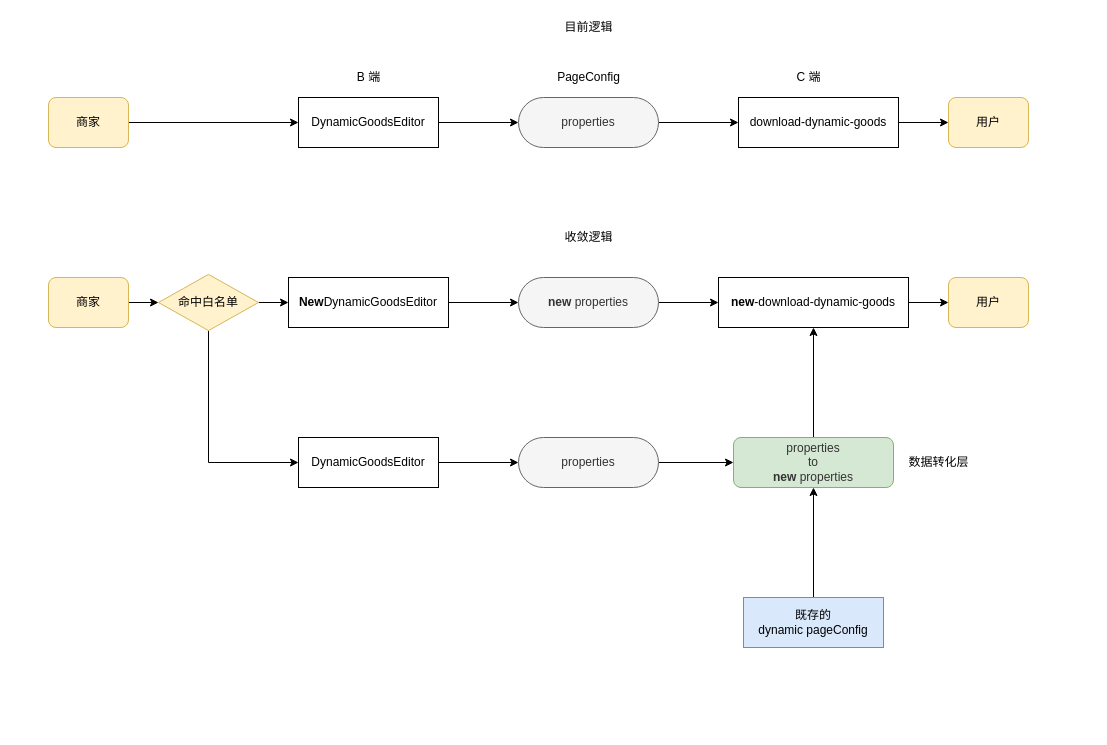
Before: Untitled Diagram.drawio in qqqqqcy/processon, a draw.io diagram. Source tidied: cells renumbered, new cells numbered last; positions are measured from the earlier drawing's top-left corner, leaving out a move shared by most shapes. Both pictures are drawn from the tidied source at 100%, with x=0, y=0 at pixel (48, 17).
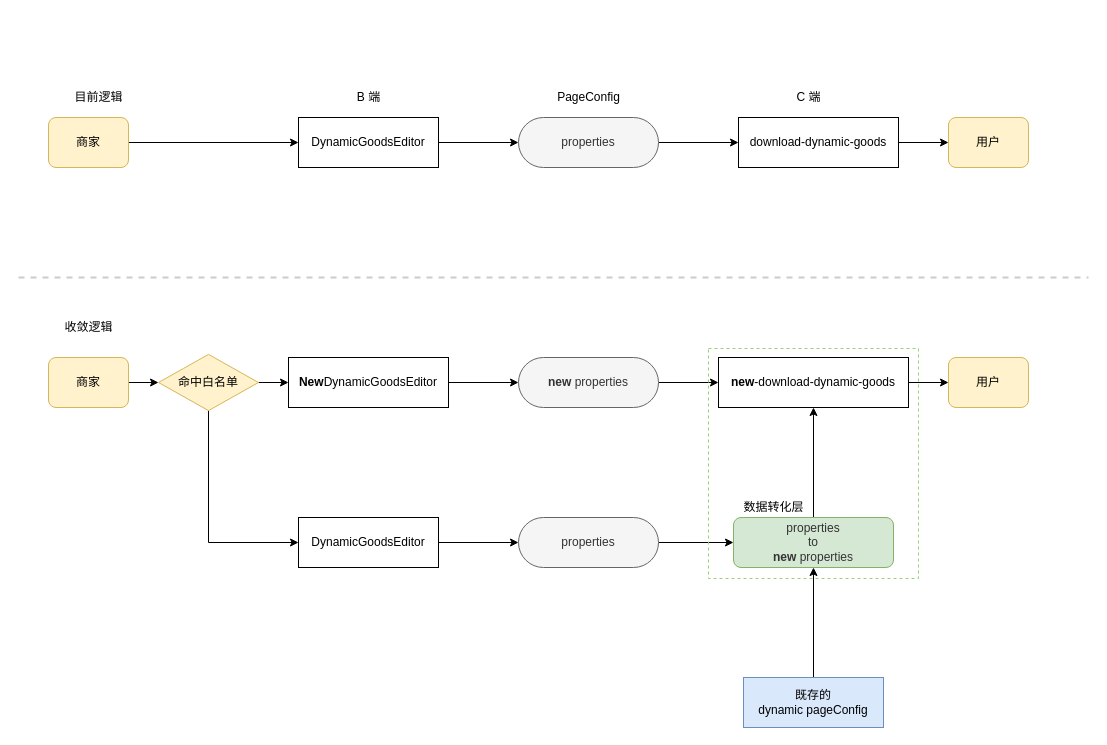
Above is the later version.

Diff of the diagram source:
```diff
@@
     <mxCell id="3" value="DynamicGoodsEditor" style="rounded=0;whiteSpace=wrap;html=1;" parent="1" vertex="1">
-      <mxGeometry x="250" y="80" width="140" height="50" as="geometry" />
+      <mxGeometry x="250" y="100" width="140" height="50" as="geometry" />
     </mxCell>
@@
     <mxCell id="5" value="properties" style="rounded=1;whiteSpace=wrap;html=1;arcSize=50;fillColor=#f5f5f5;strokeColor=#666666;fontColor=#333333;" parent="1" vertex="1">
-      <mxGeometry x="470" y="80" width="140" height="50" as="geometry" />
+      <mxGeometry x="470" y="100" width="140" height="50" as="geometry" />
     </mxCell>
     <mxCell id="6" value="PageConfig" style="text;html=1;align=center;verticalAlign=middle;" parent="1" vertex="1">
-      <mxGeometry x="500" y="50" width="80" height="20" as="geometry" />
+      <mxGeometry x="500" y="70" width="80" height="20" as="geometry" />
     </mxCell>
     <mxCell id="7" value="B 端" style="text;html=1;align=center;verticalAlign=middle;" parent="1" vertex="1">
-      <mxGeometry x="300" y="50" width="40" height="20" as="geometry" />
+      <mxGeometry x="300" y="70" width="40" height="20" as="geometry" />
     </mxCell>
@@
     <mxCell id="9" value="download-dynamic-goods" style="rounded=0;whiteSpace=wrap;html=1;" parent="1" vertex="1">
-      <mxGeometry x="690" y="80" width="160" height="50" as="geometry" />
+      <mxGeometry x="690" y="100" width="160" height="50" as="geometry" />
     </mxCell>
     <mxCell id="10" value="C 端" style="text;html=1;align=center;verticalAlign=middle;" parent="1" vertex="1">
-      <mxGeometry x="740" y="50" width="40" height="20" as="geometry" />
+      <mxGeometry x="740" y="70" width="40" height="20" as="geometry" />
     </mxCell>
@@
     <mxCell id="12" value="商家" style="whiteSpace=wrap;html=1;rounded=1;fillColor=#fff2cc;strokeColor=#d6b656;" parent="1" vertex="1">
-      <mxGeometry y="80" width="80" height="50" as="geometry" />
+      <mxGeometry y="100" width="80" height="50" as="geometry" />
     </mxCell>
     <mxCell id="13" value="用户" style="whiteSpace=wrap;html=1;rounded=1;fillColor=#fff2cc;strokeColor=#d6b656;" parent="1" vertex="1">
-      <mxGeometry x="900" y="80" width="80" height="50" as="geometry" />
+      <mxGeometry x="900" y="100" width="80" height="50" as="geometry" />
     </mxCell>
     <mxCell id="14" value="目前逻辑" style="text;html=1;align=center;verticalAlign=middle;" parent="1" vertex="1">
-      <mxGeometry x="510" width="60" height="20" as="geometry" />
+      <mxGeometry x="20" y="70" width="60" height="20" as="geometry" />
     </mxCell>
@@
     <mxCell id="16" value="DynamicGoodsEditor" style="rounded=0;whiteSpace=wrap;html=1;" parent="1" vertex="1">
-      <mxGeometry x="250" y="420" width="140" height="50" as="geometry" />
+      <mxGeometry x="250" y="500" width="140" height="50" as="geometry" />
     </mxCell>
@@
     <mxCell id="18" value="properties" style="rounded=1;whiteSpace=wrap;html=1;arcSize=50;fillColor=#f5f5f5;strokeColor=#666666;fontColor=#333333;" parent="1" vertex="1">
-      <mxGeometry x="470" y="420" width="140" height="50" as="geometry" />
+      <mxGeometry x="470" y="500" width="140" height="50" as="geometry" />
     </mxCell>
@@
     <mxCell id="20" value="&lt;span style=&quot;color: rgb(51 , 51 , 51) ; font-family: &amp;#34;helvetica&amp;#34; ; font-size: 12px ; font-style: normal ; font-weight: 400 ; letter-spacing: normal ; text-align: center ; text-indent: 0px ; text-transform: none ; word-spacing: 0px ; display: inline ; float: none&quot;&gt;properties&lt;br&gt;to&lt;br&gt;&lt;b style=&quot;font-family: &amp;#34;helvetica&amp;#34;&quot;&gt;new&lt;/b&gt;&lt;span style=&quot;font-family: &amp;#34;helvetica&amp;#34;&quot;&gt;&amp;nbsp;properties&lt;/span&gt;&lt;br&gt;&lt;/span&gt;" style="rounded=1;whiteSpace=wrap;html=1;shadow=0;sketch=0;fillColor=#d5e8d4;strokeColor=#82b366;" parent="1" vertex="1">
-      <mxGeometry x="685" y="420" width="160" height="50" as="geometry" />
+      <mxGeometry x="685" y="500" width="160" height="50" as="geometry" />
     </mxCell>
@@
     <mxCell id="22" value="商家" style="whiteSpace=wrap;html=1;rounded=1;fillColor=#fff2cc;strokeColor=#d6b656;" parent="1" vertex="1">
-      <mxGeometry y="260" width="80" height="50" as="geometry" />
+      <mxGeometry y="340" width="80" height="50" as="geometry" />
     </mxCell>
     <mxCell id="23" value="用户" style="whiteSpace=wrap;html=1;rounded=1;fillColor=#fff2cc;strokeColor=#d6b656;" parent="1" vertex="1">
-      <mxGeometry x="900" y="260" width="80" height="50" as="geometry" />
+      <mxGeometry x="900" y="340" width="80" height="50" as="geometry" />
     </mxCell>
     <mxCell id="24" value="收敛逻辑" style="text;html=1;align=center;verticalAlign=middle;" parent="1" vertex="1">
-      <mxGeometry x="510" y="210" width="60" height="20" as="geometry" />
+      <mxGeometry x="10" y="300" width="60" height="20" as="geometry" />
     </mxCell>
@@
     <mxCell id="26" value="&lt;b&gt;New&lt;/b&gt;DynamicGoodsEditor" style="rounded=0;whiteSpace=wrap;html=1;" parent="1" vertex="1">
-      <mxGeometry x="240" y="260" width="160" height="50" as="geometry" />
+      <mxGeometry x="240" y="340" width="160" height="50" as="geometry" />
     </mxCell>
@@
     <mxCell id="28" value="&lt;b&gt;new&lt;/b&gt; properties" style="rounded=1;whiteSpace=wrap;html=1;arcSize=50;fillColor=#f5f5f5;strokeColor=#666666;fontColor=#333333;" parent="1" vertex="1">
-      <mxGeometry x="470" y="260" width="140" height="50" as="geometry" />
+      <mxGeometry x="470" y="340" width="140" height="50" as="geometry" />
     </mxCell>
@@
     <mxCell id="30" value="&lt;b&gt;new&lt;/b&gt;-download-dynamic-goods" style="rounded=0;whiteSpace=wrap;html=1;" parent="1" vertex="1">
-      <mxGeometry x="670" y="260" width="190" height="50" as="geometry" />
+      <mxGeometry x="670" y="340" width="190" height="50" as="geometry" />
     </mxCell>
     <mxCell id="31" value="数据转化层" style="text;html=1;align=center;verticalAlign=middle;" parent="1" vertex="1">
-      <mxGeometry x="850" y="435" width="80" height="20" as="geometry" />
+      <mxGeometry x="685" y="480" width="80" height="20" as="geometry" />
     </mxCell>
@@
     <mxCell id="34" value="命中白名单" style="rhombus;whiteSpace=wrap;html=1;rounded=1;strokeColor=#d6b656;fillColor=#fff2cc;arcSize=0;" parent="1" vertex="1">
-      <mxGeometry x="110" y="256.9" width="100" height="56.2" as="geometry" />
+      <mxGeometry x="110" y="336.9" width="100" height="56.2" as="geometry" />
     </mxCell>
@@
     <mxCell id="36" value="既存的 &lt;br&gt;dynamic pageConfig" style="rounded=1;whiteSpace=wrap;html=1;arcSize=0;fillColor=#dae8fc;strokeColor=#6c8ebf;" parent="1" vertex="1">
-      <mxGeometry x="695" y="580" width="140" height="50" as="geometry" />
+      <mxGeometry x="695" y="660" width="140" height="50" as="geometry" />
     </mxCell>
+    <mxCell id="37" style="rounded=1;whiteSpace=wrap;html=1;shadow=0;glass=1;sketch=0;strokeColor=#97D077;fillColor=none;dashed=1;arcSize=0;" parent="1" vertex="1">
+      <mxGeometry x="660" y="331" width="210" height="230" as="geometry" />
+    </mxCell>
+    <mxCell id="38" style="endArrow=none;dashed=1;html=1;strokeWidth=2;strokeColor=#CCCCCC;" parent="1" edge="1">
+      <mxGeometry relative="1" as="geometry">
+        <mxPoint x="-30" y="260" as="sourcePoint" />
+        <mxPoint x="1040" y="260" as="targetPoint" />
+      </mxGeometry>
+    </mxCell>
```
